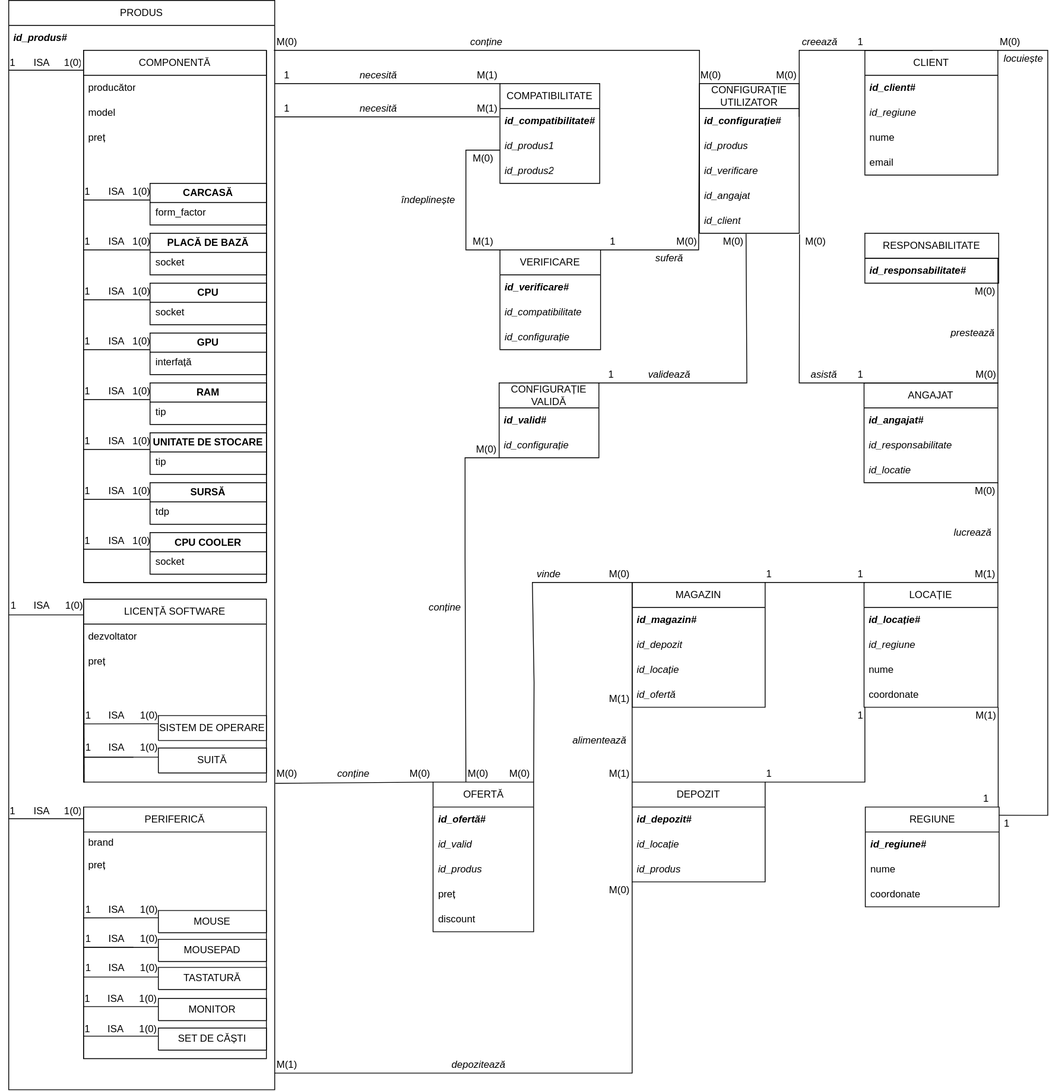
This is Anul I - Licenta/Semestrul II/Baze de Date/Teme/Tema I/Diagrama ER.svg from vlaxcs/FMI-INFO-S15-2024-2027, a draw.io export, as it was before one commit. Source tidied: cells renumbered, new cells last; positions are measured from the earlier drawing's top-left corner, leaving out a move shared by most shapes.
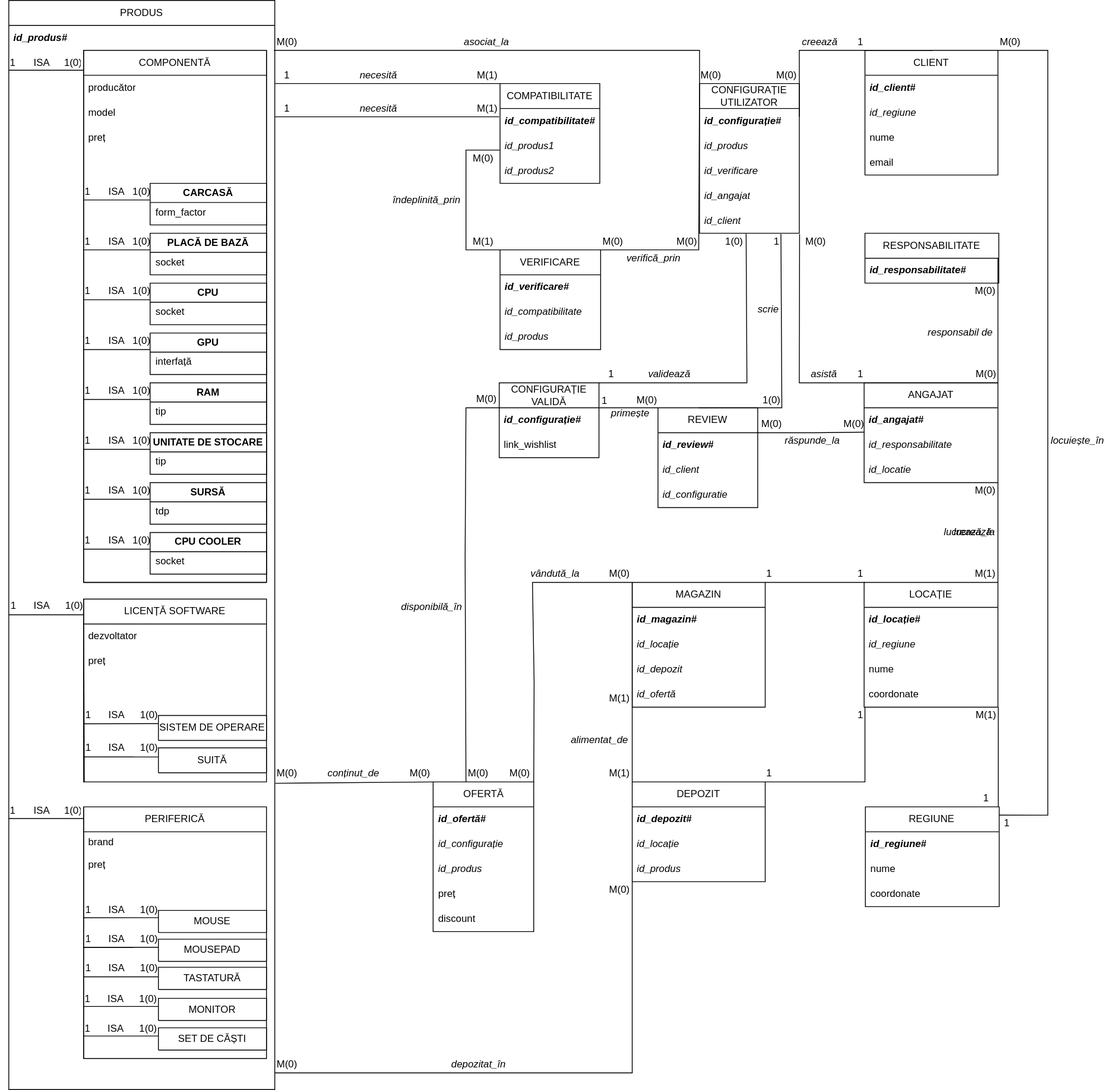
The same file after the commit.

What changed in the source:
```diff
@@ -506,3 +506,3 @@
     </mxCell>
-    <mxCell id="139" value="id_valid" style="text;align=left;verticalAlign=middle;spacingLeft=4;spacingRight=4;overflow=hidden;whiteSpace=wrap;html=1;fontStyle=2;fillColor=none;" parent="137" vertex="1">
+    <mxCell id="139" value="id_configurație" style="text;align=left;verticalAlign=middle;spacingLeft=4;spacingRight=4;overflow=hidden;whiteSpace=wrap;html=1;fontStyle=2;fillColor=none;" parent="137" vertex="1">
       <mxGeometry y="60" width="121" height="30" as="geometry" />
@@ -554,5 +554,5 @@
     </mxCell>
-    <mxCell id="155" value="id_configurație" style="text;align=left;verticalAlign=middle;spacingLeft=4;spacingRight=4;overflow=hidden;whiteSpace=wrap;html=1;fontStyle=2;fillColor=none;" parent="152" vertex="1">
-      <mxGeometry y="90" width="121" height="30" as="geometry" />
-    </mxCell>
+    <mxCell id="259" value="id_produs" style="text;align=left;verticalAlign=middle;spacingLeft=4;spacingRight=4;overflow=hidden;whiteSpace=wrap;html=1;fontStyle=2;fillColor=none;" parent="152" vertex="1">
+      <mxGeometry y="90" width="121" height="30" as="geometry" />
+    </mxCell>
     <mxCell id="156" value="M(0)" style="text;html=1;align=center;verticalAlign=middle;whiteSpace=wrap;rounded=0;fillColor=none;" parent="1" vertex="1">
@@ -560,4 +560,4 @@
     </mxCell>
-    <mxCell id="157" value="&lt;i&gt;&lt;font style=&quot;font-size: 12px;&quot;&gt;îndeplinește&lt;/font&gt;&lt;/i&gt;" style="text;html=1;align=center;verticalAlign=middle;whiteSpace=wrap;rounded=0;fontSize=10;fillColor=none;" parent="1" vertex="1">
-      <mxGeometry x="490" y="230" width="50" height="20" as="geometry" />
+    <mxCell id="157" value="&lt;span style=&quot;font-size: 12px;&quot;&gt;&lt;i&gt;îndeplinită_prin&lt;/i&gt;&lt;/span&gt;" style="text;html=1;align=center;verticalAlign=middle;whiteSpace=wrap;rounded=0;fontSize=10;fillColor=none;" parent="1" vertex="1">
+      <mxGeometry x="473" y="230" width="80" height="20" as="geometry" />
     </mxCell>
@@ -611,3 +611,3 @@
     </mxCell>
-    <mxCell id="171" value="&lt;i&gt;&lt;font style=&quot;font-size: 12px;&quot;&gt;conține&lt;/font&gt;&lt;/i&gt;" style="text;html=1;align=center;verticalAlign=middle;whiteSpace=wrap;rounded=0;fontSize=10;fillColor=none;" parent="1" vertex="1">
+    <mxCell id="171" value="&lt;i&gt;&lt;font style=&quot;font-size: 12px;&quot;&gt;asociat_la&lt;/font&gt;&lt;/i&gt;" style="text;html=1;align=center;verticalAlign=middle;whiteSpace=wrap;rounded=0;fontSize=10;fillColor=none;" parent="1" vertex="1">
       <mxGeometry x="560" y="40" width="50" height="20" as="geometry" />
@@ -647,3 +647,3 @@
     </mxCell>
-    <mxCell id="181" value="&lt;i&gt;&lt;font style=&quot;font-size: 12px;&quot;&gt;conține&lt;/font&gt;&lt;/i&gt;" style="text;html=1;align=center;verticalAlign=middle;whiteSpace=wrap;rounded=0;fontSize=10;fillColor=none;" parent="1" vertex="1">
+    <mxCell id="181" value="&lt;i&gt;&lt;font style=&quot;font-size: 12px;&quot;&gt;conținut_de&lt;/font&gt;&lt;/i&gt;" style="text;html=1;align=center;verticalAlign=middle;whiteSpace=wrap;rounded=0;fontSize=10;fillColor=none;" parent="1" vertex="1">
       <mxGeometry x="400" y="920" width="50" height="20" as="geometry" />
@@ -660,7 +660,7 @@
     </mxCell>
-    <mxCell id="184" value="1" style="text;html=1;align=center;verticalAlign=middle;whiteSpace=wrap;rounded=0;fillColor=none;" parent="1" vertex="1">
+    <mxCell id="184" value="M(0)" style="text;html=1;align=center;verticalAlign=middle;whiteSpace=wrap;rounded=0;fillColor=none;" parent="1" vertex="1">
       <mxGeometry x="722" y="280" width="30" height="20" as="geometry" />
     </mxCell>
-    <mxCell id="185" value="&lt;i&gt;&lt;font style=&quot;font-size: 12px;&quot;&gt;suferă&lt;/font&gt;&lt;/i&gt;" style="text;html=1;align=center;verticalAlign=middle;whiteSpace=wrap;rounded=0;fontSize=10;fillColor=none;" parent="1" vertex="1">
-      <mxGeometry x="780" y="300" width="50" height="20" as="geometry" />
+    <mxCell id="185" value="&lt;i&gt;&lt;font style=&quot;font-size: 12px;&quot;&gt;verifică_prin&lt;/font&gt;&lt;/i&gt;" style="text;html=1;align=center;verticalAlign=middle;whiteSpace=wrap;rounded=0;fontSize=10;fillColor=none;" parent="1" vertex="1">
+      <mxGeometry x="751" y="300" width="70" height="20" as="geometry" />
     </mxCell>
@@ -699,4 +699,4 @@
     </mxCell>
-    <mxCell id="195" value="&lt;i&gt;&lt;font style=&quot;font-size: 12px;&quot;&gt;prestează&lt;/font&gt;&lt;/i&gt;" style="text;html=1;align=center;verticalAlign=middle;whiteSpace=wrap;rounded=0;fontSize=10;fillColor=none;" parent="1" vertex="1">
-      <mxGeometry x="1140" y="390" width="60" height="20" as="geometry" />
+    <mxCell id="195" value="&lt;i&gt;&lt;font style=&quot;font-size: 12px;&quot;&gt;responsabil de&lt;/font&gt;&lt;/i&gt;" style="text;html=1;align=center;verticalAlign=middle;whiteSpace=wrap;rounded=0;fontSize=10;fillColor=none;" parent="1" vertex="1">
+      <mxGeometry x="1110" y="390" width="90" height="20" as="geometry" />
     </mxCell>
@@ -721,8 +721,8 @@
     </mxCell>
-    <mxCell id="201" value="id_valid#" style="text;align=left;verticalAlign=middle;spacingLeft=4;spacingRight=4;overflow=hidden;whiteSpace=wrap;html=1;fontStyle=3;fillColor=none;" parent="200" vertex="1">
+    <mxCell id="201" value="&lt;b&gt;id_configurație#&lt;/b&gt;" style="text;align=left;verticalAlign=middle;spacingLeft=4;spacingRight=4;overflow=hidden;whiteSpace=wrap;html=1;fontStyle=3;fillColor=none;" parent="200" vertex="1">
       <mxGeometry y="30" width="120" height="30" as="geometry" />
     </mxCell>
-    <mxCell id="202" value="id_configurație" style="text;align=left;verticalAlign=middle;spacingLeft=4;spacingRight=4;overflow=hidden;whiteSpace=wrap;html=1;fontStyle=2;fillColor=none;" parent="200" vertex="1">
-      <mxGeometry y="60" width="120" height="30" as="geometry" />
-    </mxCell>
+    <mxCell id="260" value="&lt;span style=&quot;font-weight: normal; font-style: normal;&quot;&gt;link_wishlist&lt;/span&gt;" style="text;align=left;verticalAlign=middle;spacingLeft=4;spacingRight=4;overflow=hidden;whiteSpace=wrap;html=1;fontStyle=3;fillColor=none;" parent="200" vertex="1">
+      <mxGeometry y="60" width="120" height="30" as="geometry" />
+    </mxCell>
     <mxCell id="203" style="endArrow=none;html=1;rounded=0;fillColor=none;exitX=1.006;exitY=0.174;exitDx=0;exitDy=0;exitPerimeter=0;entryX=0.467;entryY=1.022;entryDx=0;entryDy=0;entryPerimeter=0;" parent="1" edge="1" target="167">
@@ -738,4 +738,4 @@
     </mxCell>
-    <mxCell id="205" value="M(0)" style="text;html=1;align=center;verticalAlign=middle;whiteSpace=wrap;rounded=0;fillColor=none;" parent="1" vertex="1">
-      <mxGeometry x="867" y="280" width="30" height="20" as="geometry" />
+    <mxCell id="205" value="1(0)" style="text;html=1;align=center;verticalAlign=middle;whiteSpace=wrap;rounded=0;fillColor=none;" parent="1" vertex="1">
+      <mxGeometry x="868" y="280" width="30" height="20" as="geometry" />
     </mxCell>
@@ -746,7 +746,7 @@
       <mxGeometry relative="1" as="geometry">
-        <mxPoint x="559" y="550" as="sourcePoint" />
+        <mxPoint x="600" y="490" as="sourcePoint" />
         <mxPoint x="560" y="940" as="targetPoint" />
         <Array as="points">
-          <mxPoint x="600" y="550" />
-          <mxPoint x="559" y="550" />
+          <mxPoint x="600" y="490" />
+          <mxPoint x="560" y="490" />
           <mxPoint x="559" y="670" />
@@ -756,3 +756,3 @@
     <mxCell id="208" value="M(0)" style="text;html=1;align=center;verticalAlign=middle;whiteSpace=wrap;rounded=0;fillColor=none;" parent="1" vertex="1">
-      <mxGeometry x="570" y="530" width="30" height="20" as="geometry" />
+      <mxGeometry x="570" y="470" width="30" height="20" as="geometry" />
     </mxCell>
@@ -776,4 +776,4 @@
     </mxCell>
-    <mxCell id="215" value="&lt;i&gt;&lt;font style=&quot;font-size: 12px;&quot;&gt;conține&lt;/font&gt;&lt;/i&gt;" style="text;html=1;align=center;verticalAlign=middle;whiteSpace=wrap;rounded=0;fontSize=10;fillColor=none;" parent="1" vertex="1">
-      <mxGeometry x="510" y="720" width="50" height="20" as="geometry" />
+    <mxCell id="215" value="&lt;i&gt;&lt;font style=&quot;font-size: 12px;&quot;&gt;disponibilă_în&lt;/font&gt;&lt;/i&gt;" style="text;html=1;align=center;verticalAlign=middle;whiteSpace=wrap;rounded=0;fontSize=10;fillColor=none;" parent="1" vertex="1">
+      <mxGeometry x="479" y="720" width="80" height="20" as="geometry" />
     </mxCell>
@@ -829,3 +829,3 @@
     </mxCell>
-    <mxCell id="229" value="id_locație" style="text;align=left;verticalAlign=middle;spacingLeft=4;spacingRight=4;overflow=hidden;whiteSpace=wrap;html=1;fontStyle=2;fillColor=none;" parent="227" vertex="1">
+    <mxCell id="229" value="&lt;span style=&quot;font-weight: normal;&quot;&gt;id_locație&lt;/span&gt;" style="text;align=left;verticalAlign=middle;spacingLeft=4;spacingRight=4;overflow=hidden;whiteSpace=wrap;html=1;fontStyle=3;fillColor=none;" parent="227" vertex="1">
       <mxGeometry y="60" width="160" height="30" as="geometry" />
@@ -841,8 +841,8 @@
     </mxCell>
+    <mxCell id="234" value="&lt;i&gt;id_locație&lt;/i&gt;" style="text;align=left;verticalAlign=middle;spacingLeft=4;spacingRight=4;overflow=hidden;whiteSpace=wrap;html=1;fillColor=none;" parent="231" vertex="1">
+      <mxGeometry y="60" width="160" height="30" as="geometry" />
+    </mxCell>
     <mxCell id="233" value="&lt;span&gt;id_depozit&lt;/span&gt;" style="text;align=left;verticalAlign=middle;spacingLeft=4;spacingRight=4;overflow=hidden;points=[[0,0.5],[1,0.5]];portConstraint=eastwest;whiteSpace=wrap;html=1;fontStyle=2;fillColor=none;" parent="231" vertex="1">
-      <mxGeometry y="60" width="160" height="30" as="geometry" />
+      <mxGeometry y="90" width="160" height="30" as="geometry" />
     </mxCell>
-    <mxCell id="234" value="&lt;i&gt;id_locație&lt;/i&gt;" style="text;align=left;verticalAlign=middle;spacingLeft=4;spacingRight=4;overflow=hidden;whiteSpace=wrap;html=1;fillColor=none;" parent="231" vertex="1">
-      <mxGeometry y="90" width="160" height="30" as="geometry" />
-    </mxCell>
     <mxCell id="235" value="id_ofertă" style="text;align=left;verticalAlign=middle;spacingLeft=4;spacingRight=4;overflow=hidden;whiteSpace=wrap;html=1;fontStyle=2;fillColor=none;" parent="231" vertex="1">
@@ -868,4 +868,4 @@
     </mxCell>
-    <mxCell id="240" value="&lt;span style=&quot;font-size: 12px;&quot;&gt;&lt;i&gt;vinde&lt;/i&gt;&lt;/span&gt;" style="text;html=1;align=center;verticalAlign=middle;whiteSpace=wrap;rounded=0;fontSize=10;fillColor=none;" parent="1" vertex="1">
-      <mxGeometry x="635" y="680" width="50" height="20" as="geometry" />
+    <mxCell id="240" value="&lt;span style=&quot;font-size: 12px;&quot;&gt;&lt;i&gt;vândută_la&lt;/i&gt;&lt;/span&gt;" style="text;html=1;align=center;verticalAlign=middle;whiteSpace=wrap;rounded=0;fontSize=10;fillColor=none;" parent="1" vertex="1">
+      <mxGeometry x="635" y="680" width="65" height="20" as="geometry" />
     </mxCell>
@@ -908,3 +908,3 @@
     </mxCell>
-    <mxCell id="250" value="&lt;i&gt;&lt;font style=&quot;font-size: 12px;&quot;&gt;alimentează&lt;/font&gt;&lt;/i&gt;" style="text;html=1;align=center;verticalAlign=middle;whiteSpace=wrap;rounded=0;fontSize=10;fillColor=none;" parent="1" vertex="1">
+    <mxCell id="250" value="&lt;i&gt;&lt;font style=&quot;font-size: 12px;&quot;&gt;alimentat_de&lt;/font&gt;&lt;/i&gt;" style="text;html=1;align=center;verticalAlign=middle;whiteSpace=wrap;rounded=0;fontSize=10;fillColor=none;" parent="1" vertex="1">
       <mxGeometry x="685" y="880" width="72" height="20" as="geometry" />
@@ -925,4 +925,4 @@
     </mxCell>
-    <mxCell id="254" value="&lt;i&gt;&lt;font style=&quot;font-size: 12px;&quot;&gt;locuiește&lt;/font&gt;&lt;/i&gt;" style="text;html=1;align=center;verticalAlign=middle;whiteSpace=wrap;rounded=0;fontSize=10;fillColor=none;" parent="1" vertex="1">
-      <mxGeometry x="1205.5" y="60" width="50" height="20" as="geometry" />
+    <mxCell id="254" value="&lt;i&gt;&lt;font style=&quot;font-size: 12px;&quot;&gt;locuiește_în&lt;/font&gt;&lt;/i&gt;" style="text;html=1;align=center;verticalAlign=middle;whiteSpace=wrap;rounded=0;fontSize=10;fillColor=none;" parent="1" vertex="1">
+      <mxGeometry x="1271" y="520" width="50" height="20" as="geometry" />
     </mxCell>
@@ -942,8 +942,71 @@
     </mxCell>
-    <mxCell id="257" value="M(1)" style="text;html=1;align=center;verticalAlign=middle;whiteSpace=wrap;rounded=0;fillColor=none;" parent="1" vertex="1">
+    <mxCell id="257" value="M(0)" style="text;html=1;align=center;verticalAlign=middle;whiteSpace=wrap;rounded=0;fillColor=none;" parent="1" vertex="1">
       <mxGeometry x="330" y="1270" width="30" height="20" as="geometry" />
     </mxCell>
-    <mxCell id="258" value="&lt;i&gt;&lt;font style=&quot;font-size: 12px;&quot;&gt;depozitează&lt;/font&gt;&lt;/i&gt;" style="text;html=1;align=center;verticalAlign=middle;whiteSpace=wrap;rounded=0;fontSize=10;fillColor=none;" parent="1" vertex="1">
+    <mxCell id="258" value="&lt;i&gt;&lt;font style=&quot;font-size: 12px;&quot;&gt;depozitat_în&lt;/font&gt;&lt;/i&gt;" style="text;html=1;align=center;verticalAlign=middle;whiteSpace=wrap;rounded=0;fontSize=10;fillColor=none;" parent="1" vertex="1">
       <mxGeometry x="544.5" y="1270" width="61" height="20" as="geometry" />
     </mxCell>
+    <mxCell id="261" value="&lt;i&gt;&lt;font style=&quot;font-size: 12px;&quot;&gt;lucrează_la&lt;/font&gt;&lt;/i&gt;" style="text;html=1;align=center;verticalAlign=middle;whiteSpace=wrap;rounded=0;fontSize=10;fillColor=none;" parent="1" vertex="1">
+      <mxGeometry x="1136" y="630" width="60" height="20" as="geometry" />
+    </mxCell>
+    <mxCell id="262" style="endArrow=none;html=1;rounded=0;fillColor=none;entryX=0.816;entryY=1.03;entryDx=0;entryDy=0;entryPerimeter=0;" parent="1" edge="1" source="264" target="167">
+      <mxGeometry relative="1" as="geometry">
+        <Array as="points">
+          <mxPoint x="840" y="490" />
+          <mxPoint x="940" y="490" />
+        </Array>
+      </mxGeometry>
+    </mxCell>
+    <mxCell id="263" style="endArrow=none;html=1;rounded=0;fillColor=none;entryX=0;entryY=0;entryDx=0;entryDy=0;" parent="1" edge="1" target="264">
+      <mxGeometry relative="1" as="geometry">
+        <mxPoint x="720" y="490" as="sourcePoint" />
+      </mxGeometry>
+    </mxCell>
+    <mxCell id="264" value="REVIEW" style="swimlane;fontStyle=0;horizontal=1;startSize=30;whiteSpace=wrap;html=1;fillColor=none;" parent="1" vertex="1">
+      <mxGeometry x="791" y="490" width="120" height="120" as="geometry" />
+    </mxCell>
+    <mxCell id="265" value="&lt;b&gt;id_review#&lt;/b&gt;" style="text;align=left;verticalAlign=middle;spacingLeft=4;spacingRight=4;overflow=hidden;points=[[0,0.5],[1,0.5]];portConstraint=eastwest;whiteSpace=wrap;html=1;fontStyle=3;fillColor=none;" parent="264" vertex="1">
+      <mxGeometry y="30" width="120" height="30" as="geometry" />
+    </mxCell>
+    <mxCell id="266" value="&lt;span style=&quot;font-weight: 400;&quot;&gt;&lt;i&gt;id_client&lt;/i&gt;&lt;/span&gt;" style="text;align=left;verticalAlign=middle;spacingLeft=4;spacingRight=4;overflow=hidden;whiteSpace=wrap;html=1;fontStyle=1;fillColor=none;" parent="264" vertex="1">
+      <mxGeometry y="60" width="120" height="30" as="geometry" />
+    </mxCell>
+    <mxCell id="267" value="&lt;span style=&quot;font-weight: 400;&quot;&gt;id_configuratie&lt;/span&gt;" style="text;align=left;verticalAlign=middle;spacingLeft=4;spacingRight=4;overflow=hidden;whiteSpace=wrap;html=1;fontStyle=3;fillColor=none;" parent="264" vertex="1">
+      <mxGeometry y="90" width="120" height="30" as="geometry" />
+    </mxCell>
+    <mxCell id="268" value="1" style="text;html=1;align=center;verticalAlign=middle;whiteSpace=wrap;rounded=0;fillColor=none;" parent="1" vertex="1">
+      <mxGeometry x="919" y="280" width="30" height="20" as="geometry" />
+    </mxCell>
+    <mxCell id="269" value="1(0)" style="text;html=1;align=center;verticalAlign=middle;whiteSpace=wrap;rounded=0;fillColor=none;" parent="1" vertex="1">
+      <mxGeometry x="913" y="471" width="30" height="20" as="geometry" />
+    </mxCell>
+    <mxCell id="270" value="1" style="text;html=1;align=center;verticalAlign=middle;whiteSpace=wrap;rounded=0;fillColor=none;" parent="1" vertex="1">
+      <mxGeometry x="712" y="472" width="30" height="20" as="geometry" />
+    </mxCell>
+    <mxCell id="271" value="M(0)" style="text;html=1;align=center;verticalAlign=middle;whiteSpace=wrap;rounded=0;fillColor=none;" parent="1" vertex="1">
+      <mxGeometry x="763" y="471" width="30" height="20" as="geometry" />
+    </mxCell>
+    <mxCell id="272" value="&lt;i&gt;&lt;font style=&quot;font-size: 12px;&quot;&gt;primește&lt;/font&gt;&lt;/i&gt;" style="text;html=1;align=center;verticalAlign=middle;whiteSpace=wrap;rounded=0;fontSize=10;fillColor=none;" parent="1" vertex="1">
+      <mxGeometry x="733" y="487" width="50" height="20" as="geometry" />
+    </mxCell>
+    <mxCell id="273" value="&lt;i&gt;&lt;font style=&quot;font-size: 12px;&quot;&gt;scrie&lt;/font&gt;&lt;/i&gt;" style="text;html=1;align=center;verticalAlign=middle;whiteSpace=wrap;rounded=0;fontSize=10;fillColor=none;" parent="1" vertex="1">
+      <mxGeometry x="899" y="362" width="50" height="20" as="geometry" />
+    </mxCell>
+    <mxCell id="274" style="endArrow=none;html=1;rounded=0;fillColor=none;entryX=0.004;entryY=-0.026;entryDx=0;entryDy=0;entryPerimeter=0;exitX=0.992;exitY=0;exitDx=0;exitDy=0;exitPerimeter=0;" parent="1" edge="1" source="265" target="188">
+      <mxGeometry relative="1" as="geometry">
+        <Array as="points">
+          <mxPoint x="940" y="520" />
+          <mxPoint x="980" y="520" />
+        </Array>
+      </mxGeometry>
+    </mxCell>
+    <mxCell id="275" value="&lt;i&gt;&lt;font style=&quot;font-size: 12px;&quot;&gt;răspunde_la&lt;/font&gt;&lt;/i&gt;" style="text;html=1;align=center;verticalAlign=middle;whiteSpace=wrap;rounded=0;fontSize=10;fillColor=none;" parent="1" vertex="1">
+      <mxGeometry x="951.5" y="520" width="50" height="20" as="geometry" />
+    </mxCell>
+    <mxCell id="276" value="M(0)" style="text;html=1;align=center;verticalAlign=middle;whiteSpace=wrap;rounded=0;fillColor=none;" parent="1" vertex="1">
+      <mxGeometry x="1012" y="500" width="30" height="20" as="geometry" />
+    </mxCell>
+    <mxCell id="277" value="M(0)" style="text;html=1;align=center;verticalAlign=middle;whiteSpace=wrap;rounded=0;fillColor=none;" parent="1" vertex="1">
+      <mxGeometry x="913" y="500" width="30" height="20" as="geometry" />
+    </mxCell>
   </root>
```
